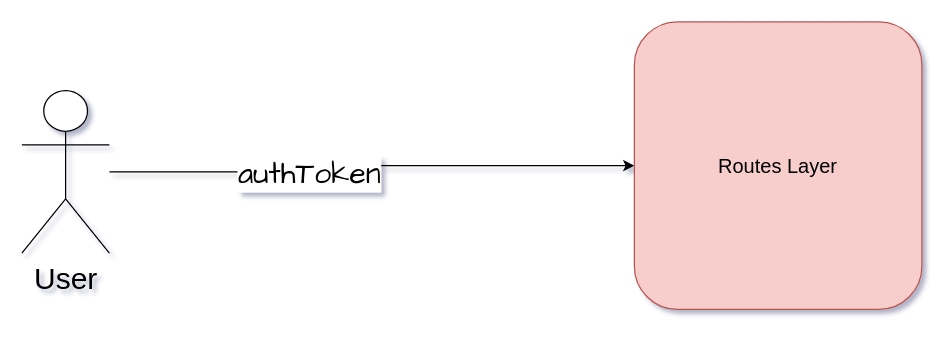
Before: Untitled Diagram.drawio in andepraveenofficial/dfd-tutorial, a draw.io diagram. Source tidied: cells renumbered, new cells numbered last; positions are measured from the earlier drawing's top-left corner, leaving out a move shared by most shapes. Both pictures are drawn from the tidied source at 125%, with x=0, y=0 at pixel (21, 21).
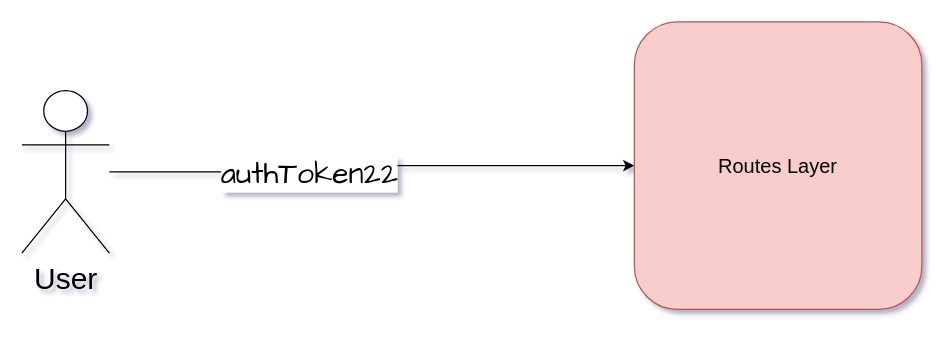
Above is the later version.

The edit, as a diff of the source:
```diff
@@
 <mxGraphModel shadow="1">
   <root>
     <mxCell id="0" />
     <mxCell id="1" parent="0" />
     <mxCell id="2" style="edgeStyle=orthogonalEdgeStyle;rounded=0;jettySize=auto;html=1;" parent="1" edge="1" source="4" target="5">
       <mxGeometry relative="1" as="geometry" />
     </mxCell>
-    <mxCell id="3" value="&lt;font face=&quot;Comic Sans MS&quot;&gt;&lt;span style=&quot;font-size: 24px;&quot;&gt;authToken&lt;/span&gt;&lt;/font&gt;" style="edgeLabel;html=1;align=center;verticalAlign=middle;" parent="2" vertex="1">
+    <mxCell id="3" value="&lt;font face=&quot;Comic Sans MS&quot;&gt;&lt;span style=&quot;font-size: 24px;&quot;&gt;authToken22&lt;/span&gt;&lt;/font&gt;" style="edgeLabel;html=1;align=center;verticalAlign=middle;" parent="2" vertex="1">
       <mxGeometry x="-0.25" y="-1" relative="1" as="geometry" />
     </mxCell>
     <mxCell id="4" value="&lt;font style=&quot;font-size: 24px;&quot;&gt;User&lt;/font&gt;" style="shape=umlActor;verticalLabelPosition=bottom;verticalAlign=top;html=1;outlineConnect=0;" parent="1" vertex="1">
       <mxGeometry y="55" width="70" height="130" as="geometry" />
     </mxCell>
     <mxCell id="5" value="&lt;font size=&quot;3&quot;&gt;Routes Layer&lt;/font&gt;" style="rounded=1;whiteSpace=wrap;html=1;verticalAlign=middle;align=center;fillColor=#f8cecc;strokeColor=#b85450;" parent="1" vertex="1">
       <mxGeometry x="490" width="230" height="230" as="geometry" />
     </mxCell>
   </root>
 </mxGraphModel>
```
